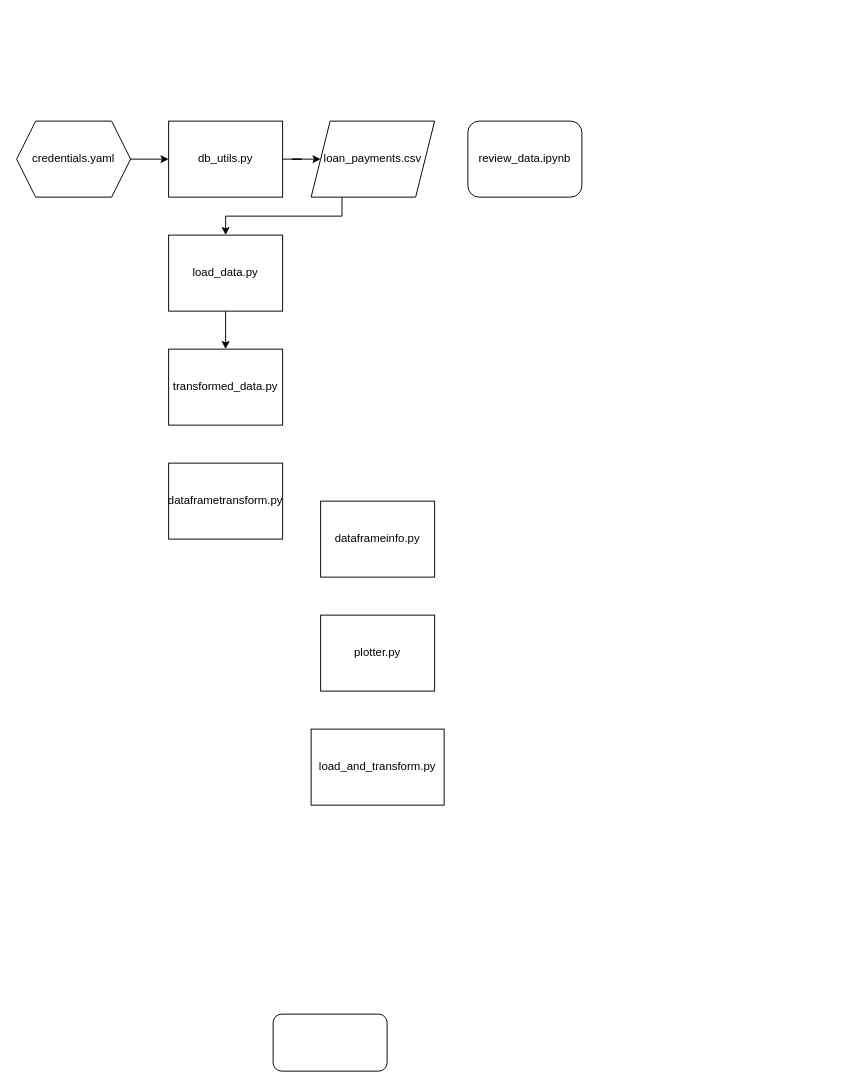
Before: loans_project_file_layout.drawio in armazzer/customer_loans, a draw.io diagram. Source tidied: cells renumbered, new cells numbered last; positions are measured from the earlier drawing's top-left corner, leaving out a move shared by most shapes. Both pictures are drawn from the tidied source at 95%, with x=0, y=0 at pixel (16, 121).
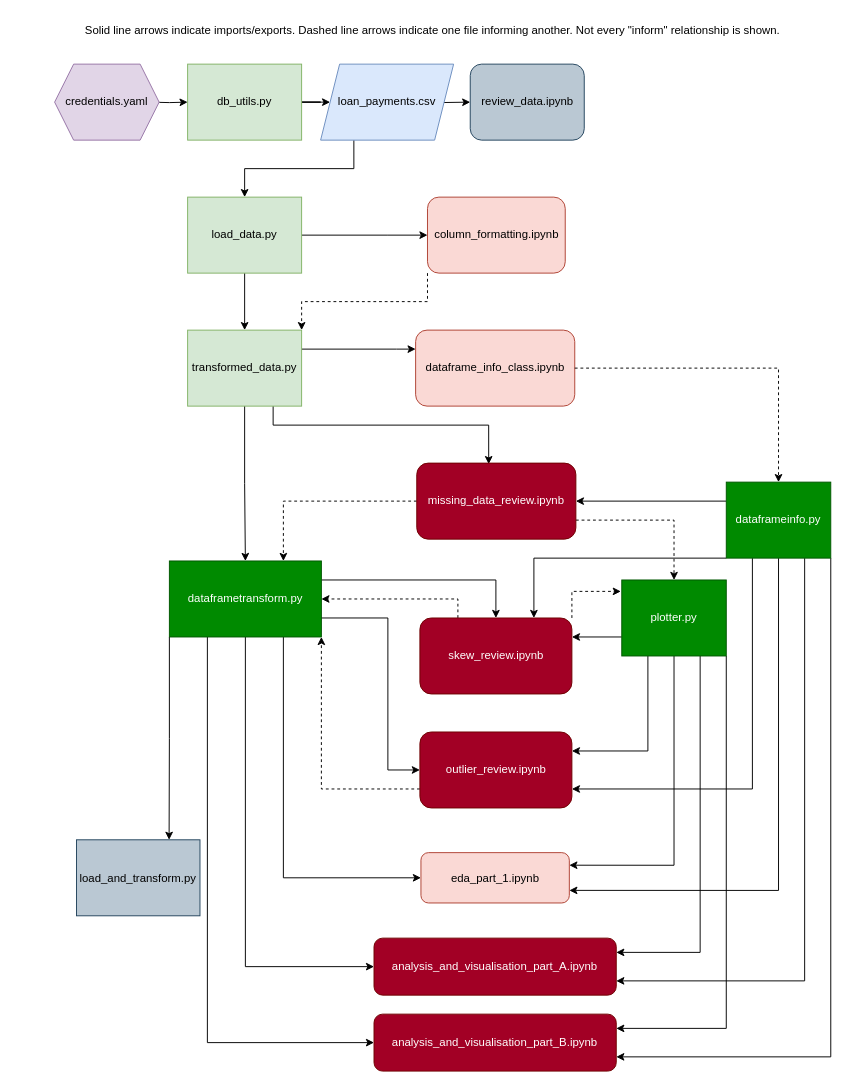
The same page after the edit.

The edit, as a diff of the source:
```diff
@@
+    <mxCell id="17" style="edgeStyle=orthogonalEdgeStyle;rounded=0;jettySize=auto;html=1;exitX=0;exitY=1;exitDx=0;exitDy=0;entryX=1;entryY=0;entryDx=0;entryDy=0;dashed=1;" parent="1" edge="1" source="2" target="7">
+      <mxGeometry relative="1" as="geometry" />
+    </mxCell>
-    <mxCell id="2" style="rounded=1;whiteSpace=wrap;html=1;" parent="1" vertex="1">
-      <mxGeometry x="270" y="940" width="120" height="60" as="geometry" />
+    <mxCell id="2" value="column_formatting.ipynb" style="rounded=1;whiteSpace=wrap;html=1;fillColor=#fad9d5;strokeColor=#ae4132;" parent="1" vertex="1">
+      <mxGeometry x="432.5" y="80" width="145" height="80" as="geometry" />
     </mxCell>
@@
-    <mxCell id="4" value="db_utils.py" style="rounded=0;whiteSpace=wrap;html=1;" parent="1" vertex="1">
-      <mxGeometry x="160" width="120" height="80" as="geometry" />
+    <mxCell id="4" value="db_utils.py" style="rounded=0;whiteSpace=wrap;html=1;fillColor=#d5e8d4;strokeColor=#82b366;" parent="1" vertex="1">
+      <mxGeometry x="180" y="-60" width="120" height="80" as="geometry" />
     </mxCell>
@@
+    <mxCell id="18" style="edgeStyle=orthogonalEdgeStyle;rounded=0;jettySize=auto;html=1;exitX=1;exitY=0.5;exitDx=0;exitDy=0;entryX=0;entryY=0.5;entryDx=0;entryDy=0;" parent="1" edge="1" source="6" target="2">
+      <mxGeometry relative="1" as="geometry">
+        <Array as="points">
+          <mxPoint x="390" y="120" />
+          <mxPoint x="390" y="120" />
+        </Array>
+      </mxGeometry>
+    </mxCell>
-    <mxCell id="6" value="load_data.py" style="rounded=0;whiteSpace=wrap;html=1;" parent="1" vertex="1">
-      <mxGeometry x="160" y="120" width="120" height="80" as="geometry" />
+    <mxCell id="6" value="load_data.py" style="rounded=0;whiteSpace=wrap;html=1;fillColor=#d5e8d4;strokeColor=#82b366;" parent="1" vertex="1">
+      <mxGeometry x="180" y="80" width="120" height="80" as="geometry" />
     </mxCell>
+    <mxCell id="19" style="edgeStyle=orthogonalEdgeStyle;rounded=0;jettySize=auto;html=1;exitX=1;exitY=0.25;exitDx=0;exitDy=0;" parent="1" edge="1" source="7" target="35">
+      <mxGeometry relative="1" as="geometry">
+        <Array as="points">
+          <mxPoint x="400" y="240" />
+          <mxPoint x="400" y="240" />
+        </Array>
+      </mxGeometry>
+    </mxCell>
+    <mxCell id="20" style="edgeStyle=orthogonalEdgeStyle;rounded=0;jettySize=auto;html=1;exitX=0.75;exitY=1;exitDx=0;exitDy=0;entryX=0.452;entryY=0.013;entryDx=0;entryDy=0;entryPerimeter=0;" parent="1" edge="1" source="7" target="40">
+      <mxGeometry relative="1" as="geometry">
+        <Array as="points">
+          <mxPoint x="270" y="320" />
+        </Array>
+      </mxGeometry>
+    </mxCell>
+    <mxCell id="21" style="edgeStyle=orthogonalEdgeStyle;rounded=0;jettySize=auto;html=1;exitX=0.5;exitY=1;exitDx=0;exitDy=0;entryX=0.5;entryY=0;entryDx=0;entryDy=0;" parent="1" edge="1" source="7" target="10">
+      <mxGeometry relative="1" as="geometry" />
+    </mxCell>
-    <mxCell id="7" value="transformed_data.py" style="rounded=0;whiteSpace=wrap;html=1;" parent="1" vertex="1">
-      <mxGeometry x="160" y="240" width="120" height="80" as="geometry" />
+    <mxCell id="7" value="transformed_data.py" style="rounded=0;whiteSpace=wrap;html=1;fillColor=#d5e8d4;strokeColor=#82b366;" parent="1" vertex="1">
+      <mxGeometry x="180" y="220" width="120" height="80" as="geometry" />
     </mxCell>
-    <mxCell id="8" value="dataframeinfo.py" style="rounded=0;whiteSpace=wrap;html=1;" parent="1" vertex="1">
-      <mxGeometry x="320" y="400" width="120" height="80" as="geometry" />
-    </mxCell>
+    <mxCell id="22" style="edgeStyle=orthogonalEdgeStyle;rounded=0;jettySize=auto;html=1;exitX=0.25;exitY=1;exitDx=0;exitDy=0;entryX=1;entryY=0.75;entryDx=0;entryDy=0;" parent="1" edge="1" source="8" target="42">
+      <mxGeometry relative="1" as="geometry" />
+    </mxCell>
+    <mxCell id="23" style="edgeStyle=orthogonalEdgeStyle;rounded=0;jettySize=auto;html=1;exitX=0;exitY=0.75;exitDx=0;exitDy=0;entryX=1;entryY=0.25;entryDx=0;entryDy=0;" parent="1" edge="1" source="9" target="37">
+      <mxGeometry relative="1" as="geometry" />
+    </mxCell>
+    <mxCell id="24" style="edgeStyle=orthogonalEdgeStyle;rounded=0;jettySize=auto;html=1;exitX=0.25;exitY=1;exitDx=0;exitDy=0;entryX=1;entryY=0.25;entryDx=0;entryDy=0;" parent="1" edge="1" source="9" target="42">
+      <mxGeometry relative="1" as="geometry" />
+    </mxCell>
+    <mxCell id="25" style="edgeStyle=orthogonalEdgeStyle;rounded=0;jettySize=auto;html=1;exitX=0.5;exitY=1;exitDx=0;exitDy=0;entryX=1;entryY=0.25;entryDx=0;entryDy=0;" parent="1" edge="1" source="9" target="43">
+      <mxGeometry relative="1" as="geometry" />
+    </mxCell>
+    <mxCell id="26" style="edgeStyle=orthogonalEdgeStyle;rounded=0;jettySize=auto;html=1;exitX=0.75;exitY=1;exitDx=0;exitDy=0;entryX=1;entryY=0.25;entryDx=0;entryDy=0;" parent="1" edge="1" source="9" target="52">
+      <mxGeometry relative="1" as="geometry" />
+    </mxCell>
+    <mxCell id="27" style="edgeStyle=orthogonalEdgeStyle;rounded=0;jettySize=auto;html=1;exitX=1;exitY=1;exitDx=0;exitDy=0;entryX=1;entryY=0.25;entryDx=0;entryDy=0;" parent="1" edge="1" source="9" target="53">
+      <mxGeometry relative="1" as="geometry" />
+    </mxCell>
-    <mxCell id="9" value="plotter.py" style="rounded=0;whiteSpace=wrap;html=1;" parent="1" vertex="1">
-      <mxGeometry x="320" y="520" width="120" height="80" as="geometry" />
+    <mxCell id="9" value="plotter.py" style="rounded=0;whiteSpace=wrap;html=1;fillColor=#008a00;strokeColor=#005700;fontColor=#ffffff;" parent="1" vertex="1">
+      <mxGeometry x="637" y="483" width="110" height="80" as="geometry" />
     </mxCell>
+    <mxCell id="28" style="edgeStyle=orthogonalEdgeStyle;rounded=0;jettySize=auto;html=1;exitX=1;exitY=0.75;exitDx=0;exitDy=0;entryX=0;entryY=0.5;entryDx=0;entryDy=0;" parent="1" edge="1" target="42">
+      <mxGeometry relative="1" as="geometry">
+        <mxPoint x="290.8" y="523" as="sourcePoint" />
+        <Array as="points">
+          <mxPoint x="390.8" y="523" />
+          <mxPoint x="390.8" y="683" />
+        </Array>
+      </mxGeometry>
+    </mxCell>
+    <mxCell id="29" style="edgeStyle=orthogonalEdgeStyle;rounded=0;jettySize=auto;html=1;exitX=0.75;exitY=1;exitDx=0;exitDy=0;entryX=0;entryY=0.5;entryDx=0;entryDy=0;" parent="1" edge="1" source="10" target="43">
+      <mxGeometry relative="1" as="geometry" />
+    </mxCell>
+    <mxCell id="30" style="edgeStyle=orthogonalEdgeStyle;rounded=0;jettySize=auto;html=1;exitX=0.5;exitY=1;exitDx=0;exitDy=0;entryX=0;entryY=0.5;entryDx=0;entryDy=0;" parent="1" edge="1" source="10" target="52">
+      <mxGeometry relative="1" as="geometry" />
+    </mxCell>
+    <mxCell id="31" style="edgeStyle=orthogonalEdgeStyle;rounded=0;jettySize=auto;html=1;exitX=0.25;exitY=1;exitDx=0;exitDy=0;entryX=0;entryY=0.5;entryDx=0;entryDy=0;" parent="1" edge="1" source="10" target="53">
+      <mxGeometry relative="1" as="geometry" />
+    </mxCell>
+    <mxCell id="32" style="edgeStyle=orthogonalEdgeStyle;rounded=0;jettySize=auto;html=1;exitX=1;exitY=0.25;exitDx=0;exitDy=0;entryX=0.5;entryY=0;entryDx=0;entryDy=0;" parent="1" edge="1" source="10" target="37">
+      <mxGeometry relative="1" as="geometry" />
+    </mxCell>
+    <mxCell id="33" style="edgeStyle=orthogonalEdgeStyle;rounded=0;jettySize=auto;html=1;exitX=0;exitY=1;exitDx=0;exitDy=0;entryX=0.75;entryY=0;entryDx=0;entryDy=0;" parent="1" edge="1" source="10" target="12">
+      <mxGeometry relative="1" as="geometry" />
+    </mxCell>
-    <mxCell id="10" value="dataframetransform.py" style="rounded=0;whiteSpace=wrap;html=1;" parent="1" vertex="1">
-      <mxGeometry x="160" y="360" width="120" height="80" as="geometry" />
+    <mxCell id="10" value="dataframetransform.py" style="rounded=0;whiteSpace=wrap;html=1;fillColor=#008a00;strokeColor=#005700;fontColor=#ffffff;" parent="1" vertex="1">
+      <mxGeometry x="160.8" y="463" width="160" height="80" as="geometry" />
     </mxCell>
-    <mxCell id="11" value="review_data.ipynb" style="rounded=1;whiteSpace=wrap;html=1;" parent="1" vertex="1">
-      <mxGeometry x="475" width="120" height="80" as="geometry" />
+    <mxCell id="11" value="review_data.ipynb" style="rounded=1;whiteSpace=wrap;html=1;fillColor=#bac8d3;strokeColor=#23445d;" parent="1" vertex="1">
+      <mxGeometry x="477.5" y="-60" width="120" height="80" as="geometry" />
     </mxCell>
-    <mxCell id="12" value="load_and_transform.py" style="rounded=0;html=1;align=center;whiteSpace=wrap;" parent="1" vertex="1">
-      <mxGeometry x="310" y="640" width="140" height="80" as="geometry" />
+    <mxCell id="12" value="load_and_transform.py" style="rounded=0;html=1;align=center;whiteSpace=wrap;fillColor=#bac8d3;strokeColor=#23445d;" parent="1" vertex="1">
+      <mxGeometry x="63" y="756.5" width="130" height="80" as="geometry" />
     </mxCell>
@@
+    <mxCell id="34" style="edgeStyle=orthogonalEdgeStyle;rounded=0;jettySize=auto;html=1;exitX=1;exitY=0.5;exitDx=0;exitDy=0;entryX=0;entryY=0.5;entryDx=0;entryDy=0;" parent="1" edge="1" target="11">
+      <mxGeometry relative="1" as="geometry">
+        <mxPoint x="410" y="-20" as="sourcePoint" />
+      </mxGeometry>
+    </mxCell>
-    <mxCell id="14" value="loan_payments.csv" style="shape=parallelogram;perimeter=parallelogramPerimeter;whiteSpace=wrap;html=1;fixedSize=1;" parent="1" vertex="1">
-      <mxGeometry x="310" width="130" height="80" as="geometry" />
+    <mxCell id="14" value="loan_payments.csv" style="shape=parallelogram;perimeter=parallelogramPerimeter;whiteSpace=wrap;html=1;fixedSize=1;fillColor=#dae8fc;strokeColor=#6c8ebf;" parent="1" vertex="1">
+      <mxGeometry x="320" y="-60" width="140" height="80" as="geometry" />
     </mxCell>
-    <mxCell id="15" style="edgeStyle=orthogonalEdgeStyle;rounded=0;jettySize=auto;html=1;exitX=1;exitY=0.5;exitDx=0;exitDy=0;entryX=0;entryY=0.5;entryDx=0;entryDy=0;" parent="1" edge="1" source="16" target="4">
-      <mxGeometry relative="1" as="geometry" />
+    <mxCell id="15" style="edgeStyle=orthogonalEdgeStyle;rounded=0;jettySize=auto;html=1;exitX=1;exitY=0.5;exitDx=0;exitDy=0;entryX=0;entryY=0.5;entryDx=0;entryDy=0;" parent="1" edge="1" target="4">
+      <mxGeometry relative="1" as="geometry">
+        <mxPoint x="140" y="-20" as="sourcePoint" />
+      </mxGeometry>
     </mxCell>
-    <mxCell id="16" value="credentials.yaml" style="shape=hexagon;perimeter=hexagonPerimeter2;whiteSpace=wrap;html=1;fixedSize=1;" parent="1" vertex="1">
-      <mxGeometry width="120" height="80" as="geometry" />
+    <mxCell id="16" value="credentials.yaml" style="shape=hexagon;perimeter=hexagonPerimeter2;whiteSpace=wrap;html=1;fixedSize=1;fillColor=#e1d5e7;strokeColor=#9673a6;" parent="1" vertex="1">
+      <mxGeometry x="40" y="-60" width="110" height="80" as="geometry" />
     </mxCell>
+    <mxCell id="35" value="dataframe_info_class.ipynb" style="rounded=1;whiteSpace=wrap;html=1;fillColor=#fad9d5;strokeColor=#ae4132;" parent="1" vertex="1">
+      <mxGeometry x="420" y="220" width="167.5" height="80" as="geometry" />
+    </mxCell>
+    <mxCell id="36" style="edgeStyle=orthogonalEdgeStyle;rounded=0;jettySize=auto;html=1;exitX=0.25;exitY=0;exitDx=0;exitDy=0;entryX=1;entryY=0.5;entryDx=0;entryDy=0;dashed=1;" parent="1" edge="1" source="37" target="10">
+      <mxGeometry relative="1" as="geometry" />
+    </mxCell>
+    <mxCell id="37" value="skew_review.ipynb" style="rounded=1;whiteSpace=wrap;html=1;fillColor=#a20025;fontColor=#ffffff;strokeColor=#6F0000;" parent="1" vertex="1">
+      <mxGeometry x="424.5" y="523" width="160" height="80" as="geometry" />
+    </mxCell>
+    <mxCell id="38" style="edgeStyle=orthogonalEdgeStyle;rounded=0;jettySize=auto;html=1;exitX=1;exitY=0.75;exitDx=0;exitDy=0;entryX=0.5;entryY=0;entryDx=0;entryDy=0;dashed=1;" parent="1" edge="1" source="40" target="9">
+      <mxGeometry relative="1" as="geometry" />
+    </mxCell>
+    <mxCell id="39" style="edgeStyle=orthogonalEdgeStyle;rounded=0;jettySize=auto;html=1;exitX=0;exitY=0.5;exitDx=0;exitDy=0;entryX=0.75;entryY=0;entryDx=0;entryDy=0;dashed=1;" parent="1" edge="1" source="40" target="10">
+      <mxGeometry relative="1" as="geometry" />
+    </mxCell>
+    <mxCell id="40" value="missing_data_review.ipynb" style="rounded=1;whiteSpace=wrap;html=1;fillColor=#a20025;fontColor=#ffffff;strokeColor=#6F0000;" parent="1" vertex="1">
+      <mxGeometry x="421.2" y="360" width="167.5" height="80" as="geometry" />
+    </mxCell>
+    <mxCell id="41" style="edgeStyle=orthogonalEdgeStyle;rounded=0;jettySize=auto;html=1;exitX=0;exitY=0.75;exitDx=0;exitDy=0;entryX=1;entryY=1;entryDx=0;entryDy=0;dashed=1;" parent="1" edge="1" source="42" target="10">
+      <mxGeometry relative="1" as="geometry" />
+    </mxCell>
+    <mxCell id="42" value="outlier_review.ipynb" style="rounded=1;whiteSpace=wrap;html=1;fillColor=#a20025;fontColor=#ffffff;strokeColor=#6F0000;" parent="1" vertex="1">
+      <mxGeometry x="424.5" y="643" width="160" height="80" as="geometry" />
+    </mxCell>
+    <mxCell id="43" value="eda_part_1.ipynb" style="rounded=1;whiteSpace=wrap;html=1;fillColor=#fad9d5;strokeColor=#ae4132;" parent="1" vertex="1">
+      <mxGeometry x="425.6" y="770" width="156.2" height="53" as="geometry" />
+    </mxCell>
+    <mxCell id="44" style="edgeStyle=orthogonalEdgeStyle;rounded=0;jettySize=auto;html=1;dashed=1;entryX=0.5;entryY=0;entryDx=0;entryDy=0;" parent="1" edge="1" source="35" target="8">
+      <mxGeometry relative="1" as="geometry" />
+    </mxCell>
+    <mxCell id="45" style="edgeStyle=orthogonalEdgeStyle;rounded=0;jettySize=auto;html=1;exitX=0.5;exitY=1;exitDx=0;exitDy=0;entryX=1;entryY=0.75;entryDx=0;entryDy=0;" parent="1" edge="1" source="8" target="43">
+      <mxGeometry relative="1" as="geometry" />
+    </mxCell>
+    <mxCell id="46" style="edgeStyle=orthogonalEdgeStyle;rounded=0;jettySize=auto;html=1;exitX=0.75;exitY=1;exitDx=0;exitDy=0;entryX=1;entryY=0.75;entryDx=0;entryDy=0;" parent="1" edge="1" source="8" target="52">
+      <mxGeometry relative="1" as="geometry" />
+    </mxCell>
+    <mxCell id="47" style="edgeStyle=orthogonalEdgeStyle;rounded=0;jettySize=auto;html=1;exitX=1;exitY=1;exitDx=0;exitDy=0;entryX=1;entryY=0.75;entryDx=0;entryDy=0;" parent="1" edge="1" source="8" target="53">
+      <mxGeometry relative="1" as="geometry" />
+    </mxCell>
+    <mxCell id="48" style="edgeStyle=orthogonalEdgeStyle;rounded=0;jettySize=auto;html=1;exitX=0;exitY=0.25;exitDx=0;exitDy=0;entryX=1;entryY=0.5;entryDx=0;entryDy=0;" parent="1" edge="1" source="8" target="40">
+      <mxGeometry relative="1" as="geometry" />
+    </mxCell>
+    <mxCell id="49" style="edgeStyle=orthogonalEdgeStyle;rounded=0;jettySize=auto;html=1;exitX=0;exitY=1;exitDx=0;exitDy=0;entryX=0.75;entryY=0;entryDx=0;entryDy=0;" parent="1" edge="1" source="8" target="37">
+      <mxGeometry relative="1" as="geometry">
+        <Array as="points">
+          <mxPoint x="545" y="460" />
+        </Array>
+      </mxGeometry>
+    </mxCell>
+    <mxCell id="8" value="dataframeinfo.py" style="rounded=0;whiteSpace=wrap;html=1;fillColor=#008a00;strokeColor=#005700;fontColor=#ffffff;" parent="1" vertex="1">
+      <mxGeometry x="747" y="380" width="110" height="80" as="geometry" />
+    </mxCell>
+    <mxCell id="50" style="edgeStyle=orthogonalEdgeStyle;rounded=0;jettySize=auto;html=1;exitX=1;exitY=0;exitDx=0;exitDy=0;entryX=-0.009;entryY=0.15;entryDx=0;entryDy=0;entryPerimeter=0;dashed=1;" parent="1" edge="1" source="37" target="9">
+      <mxGeometry relative="1" as="geometry" />
+    </mxCell>
+    <mxCell id="51" value="&lt;font style=&quot;font-size: 12px;&quot;&gt;Solid line arrows indicate imports/exports. Dashed line arrows indicate one file informing another. Not every &quot;inform&quot; relationship is shown.&lt;/font&gt;" style="text;html=1;strokeColor=none;fillColor=none;align=center;verticalAlign=middle;whiteSpace=wrap;rounded=0;" parent="1" vertex="1">
+      <mxGeometry x="63" y="-110" width="750" height="30" as="geometry" />
+    </mxCell>
+    <mxCell id="52" value="analysis_and_visualisation_part_A.ipynb" style="rounded=1;whiteSpace=wrap;html=1;fillColor=#a20025;fontColor=#ffffff;strokeColor=#6F0000;" parent="1" vertex="1">
+      <mxGeometry x="376.2" y="860" width="255" height="60" as="geometry" />
+    </mxCell>
+    <mxCell id="53" value="analysis_and_visualisation_part_B.ipynb" style="rounded=1;whiteSpace=wrap;html=1;fillColor=#a20025;fontColor=#ffffff;strokeColor=#6F0000;" parent="1" vertex="1">
+      <mxGeometry x="376.2" y="940" width="255" height="60" as="geometry" />
+    </mxCell>
```
